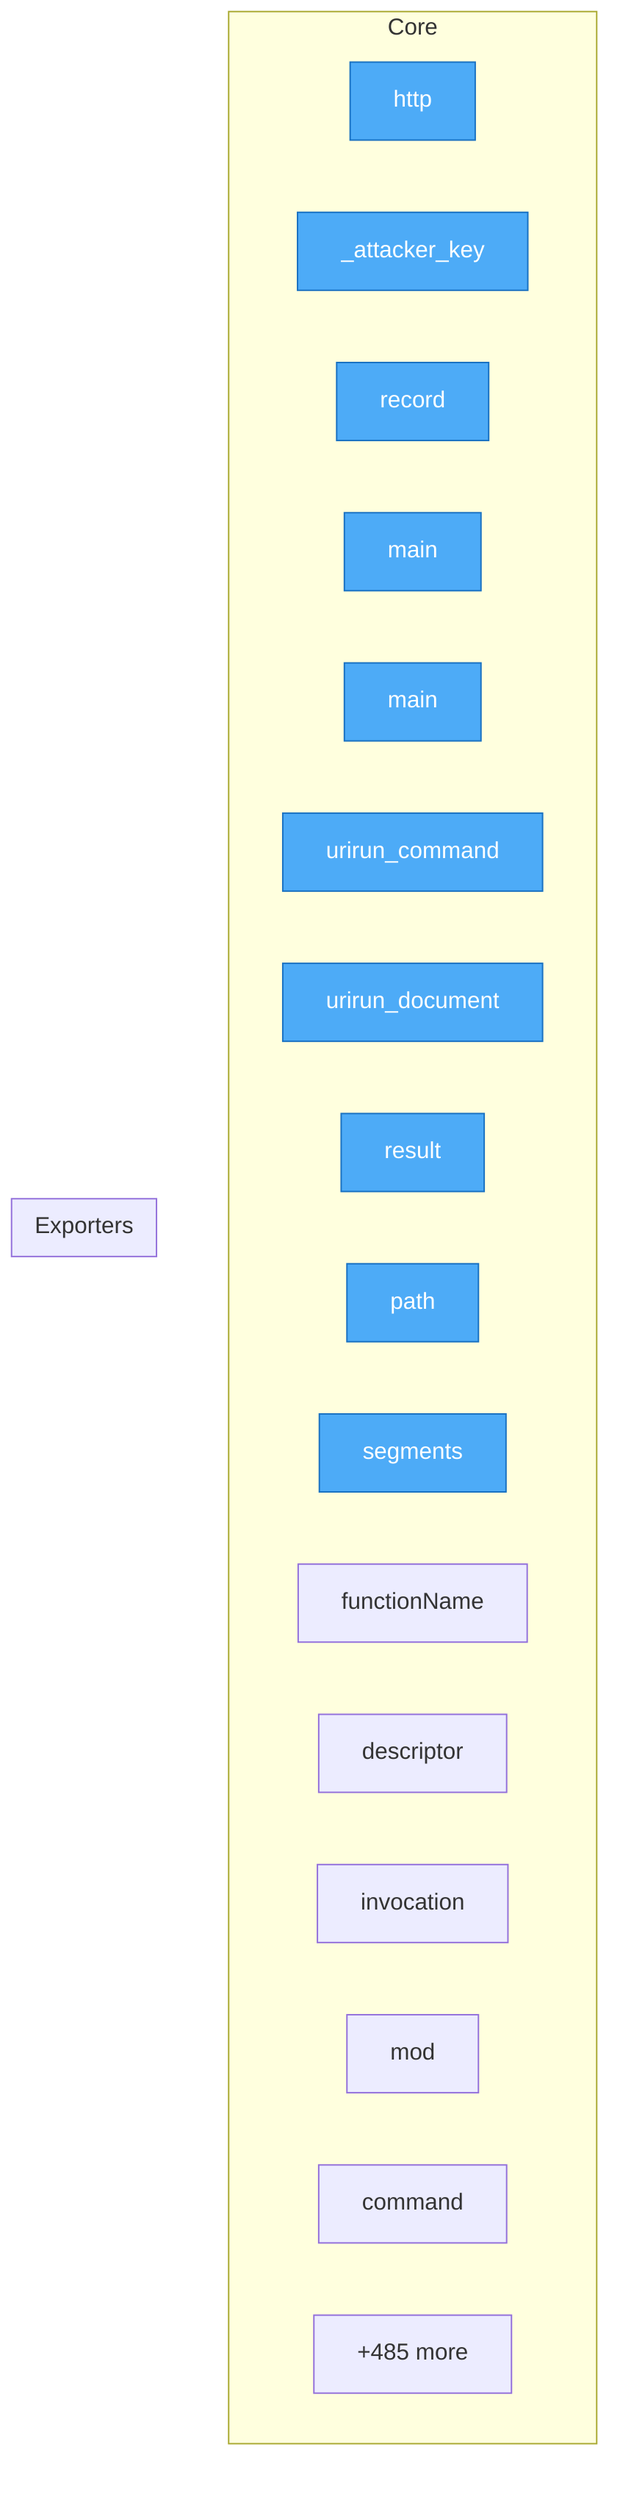
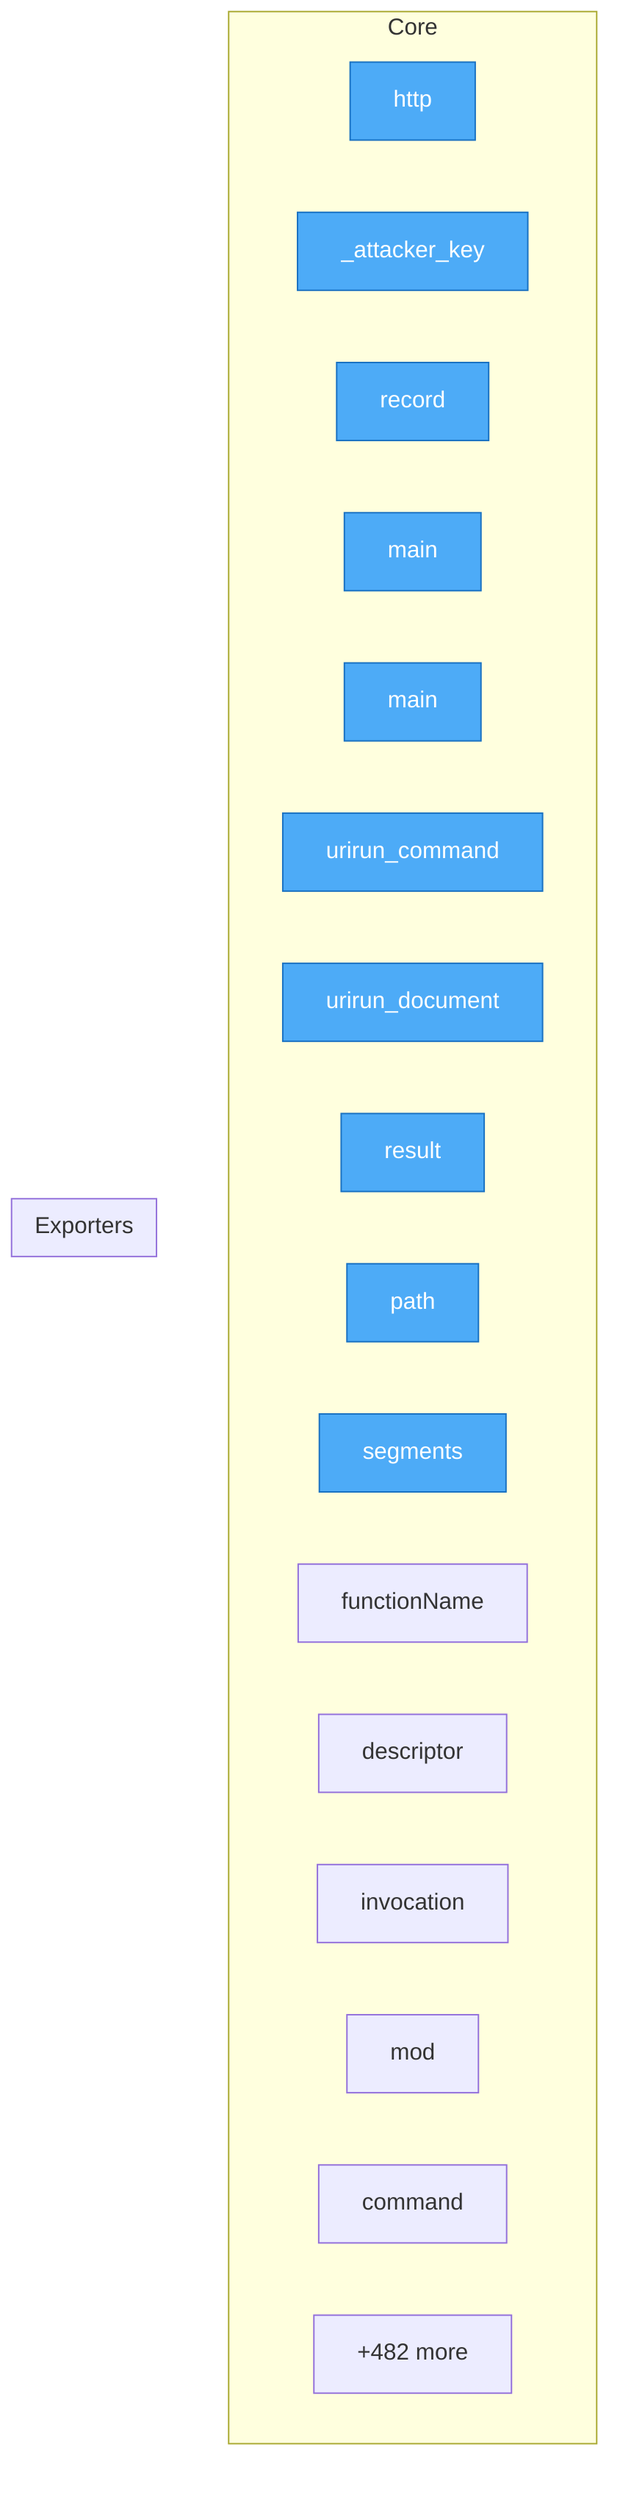
flowchart TD
- %% generated in 0.07s
+ %% generated in 0.06s

    %% Entry points (blue)
    classDef entry fill:#4dabf7,stroke:#1971c2,color:#fff

    subgraph Core
        security__mesh_probe__probe__http["http"]
        security__mesh_probe__probe___attacker_key["_attacker_key"]
        security__mesh_probe__probe__record["record"]
        adapters__conformance__main["main"]
        adapters__new_connector__main["main"]
        adapters__bash__urirun__urirun_command["urirun_command"]
        adapters__bash__urirun__urirun_document["urirun_document"]
        adapters__js__index__test__result["result"]
        adapters__js__path["path"]
        adapters__js__segments["segments"]
        adapters__js__functionName["functionName"]
        adapters__js__descriptor["descriptor"]
        adapters__js__invocation["invocation"]
        adapters__js__mod["mod"]
        adapters__java__Urirun__Urirun__command["command"]
-         ...["+485 more"]
+         ...["+482 more"]
    end

    subgraph Exporters
    end

    class security__mesh_probe__probe__http,security__mesh_probe__probe___attacker_key,security__mesh_probe__probe__record,adapters__conformance__main,adapters__new_connector__main,adapters__bash__urirun__urirun_command,adapters__bash__urirun__urirun_document,adapters__js__index__test__result,adapters__js__path,adapters__js__segments entry
